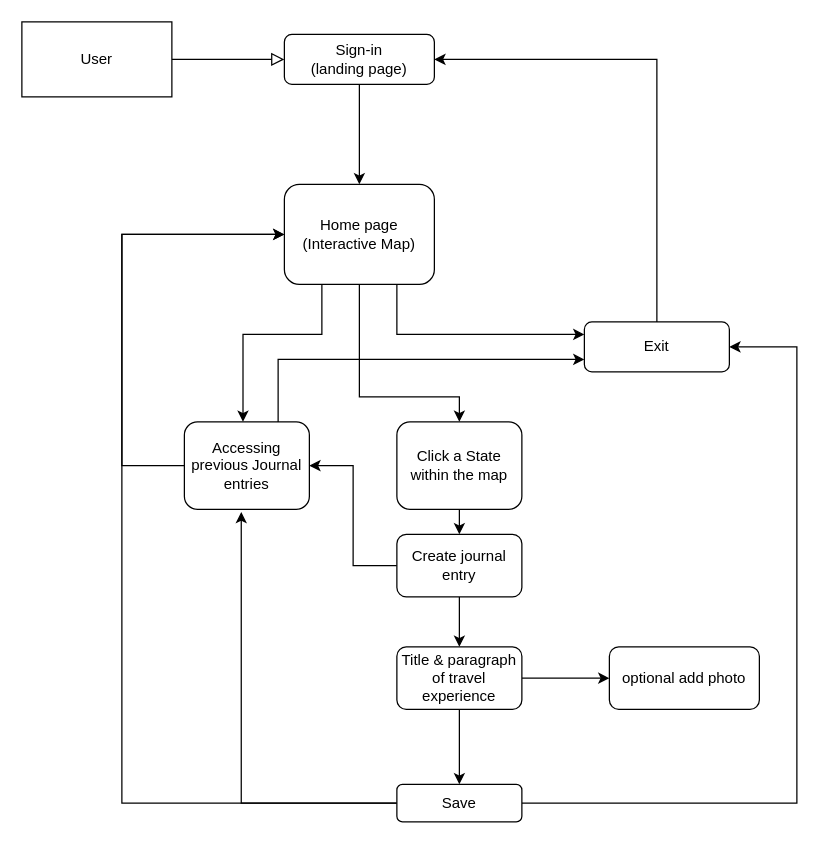
The draw.io diagram Milestone 1 Flowchart Diagram.drawio in amandaxay/Interactive_Map, before the edit. Source tidied: cells renumbered, new cells numbered last; positions are measured from the earlier drawing's top-left corner, leaving out a move shared by most shapes. Both pictures are drawn from the tidied source at 125%, with x=0, y=0 at pixel (21, 21).
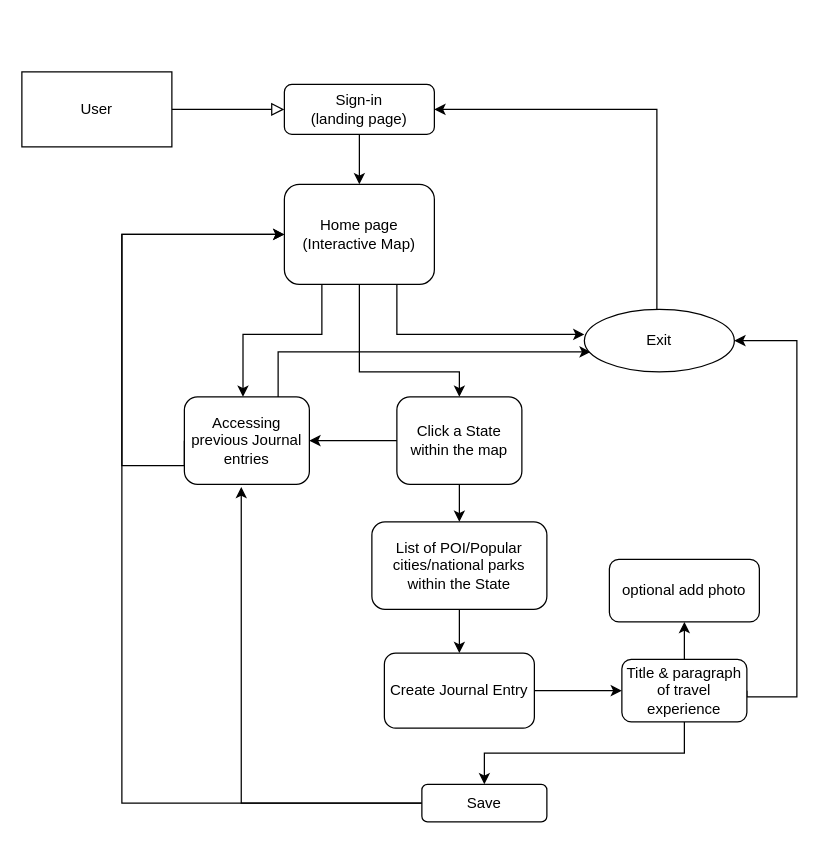
Above is the later version.

Unchanged cells that the change refers to:
```xml
<mxCell id="9" value="Home page&lt;br&gt;(Interactive Map)" style="rounded=1;whiteSpace=wrap;html=1;" parent="1" vertex="1">
  <mxGeometry x="210" y="130" width="120" height="80" as="geometry" />
</mxCell>
```

The edit, as a diff of the source:
```diff
@@
     <mxCell id="4" value="Sign-in &lt;br&gt;(landing page)" style="rounded=1;whiteSpace=wrap;html=1;fontSize=12;glass=0;strokeWidth=1;shadow=0;" parent="1" vertex="1">
-      <mxGeometry x="210" y="10" width="120" height="40" as="geometry" />
+      <mxGeometry x="210" y="50" width="120" height="40" as="geometry" />
     </mxCell>
     <mxCell id="5" value="User" style="rounded=0;whiteSpace=wrap;html=1;" parent="1" vertex="1">
-      <mxGeometry width="120" height="60" as="geometry" />
+      <mxGeometry y="40" width="120" height="60" as="geometry" />
     </mxCell>
     <mxCell id="6" style="edgeStyle=orthogonalEdgeStyle;rounded=0;jettySize=auto;html=1;exitX=0.5;exitY=1;exitDx=0;exitDy=0;entryX=0.5;entryY=0;entryDx=0;entryDy=0;" parent="1" edge="1" source="9" target="16">
       <mxGeometry relative="1" as="geometry">
         <Array as="points">
-          <mxPoint x="270" y="300" />
-          <mxPoint x="350" y="300" />
+          <mxPoint x="270" y="280" />
+          <mxPoint x="350" y="280" />
         </Array>
       </mxGeometry>
     </mxCell>
@@
-    <mxCell id="8" style="edgeStyle=orthogonalEdgeStyle;rounded=0;jettySize=auto;html=1;exitX=0.75;exitY=1;exitDx=0;exitDy=0;entryX=0;entryY=0.25;entryDx=0;entryDy=0;" parent="1" edge="1" source="9" target="14">
+    <mxCell id="8" style="edgeStyle=orthogonalEdgeStyle;rounded=0;jettySize=auto;html=1;exitX=0.75;exitY=1;exitDx=0;exitDy=0;entryX=0;entryY=0.25;entryDx=0;entryDy=0;" parent="1" edge="1" source="9">
       <mxGeometry relative="1" as="geometry">
+        <mxPoint x="450" y="250" as="targetPoint" />
         <Array as="points">
           <mxPoint x="300" y="250" />
         </Array>
       </mxGeometry>
     </mxCell>
@@
-    <mxCell id="11" style="edgeStyle=orthogonalEdgeStyle;rounded=0;jettySize=auto;html=1;exitX=0.75;exitY=0;exitDx=0;exitDy=0;entryX=0;entryY=0.75;entryDx=0;entryDy=0;" parent="1" edge="1" source="12" target="14">
-      <mxGeometry relative="1" as="geometry" />
+    <mxCell id="11" style="edgeStyle=orthogonalEdgeStyle;rounded=0;jettySize=auto;html=1;exitX=0.75;exitY=0;exitDx=0;exitDy=0;entryX=0.042;entryY=0.68;entryDx=0;entryDy=0;entryPerimeter=0;" parent="1" edge="1" source="12" target="14">
+      <mxGeometry relative="1" as="geometry">
+        <Array as="points">
+          <mxPoint x="205" y="264" />
+        </Array>
+      </mxGeometry>
     </mxCell>
     <mxCell id="12" value="Accessing previous Journal entries" style="rounded=1;whiteSpace=wrap;html=1;" parent="1" vertex="1">
-      <mxGeometry x="130" y="320" width="100" height="70" as="geometry" />
+      <mxGeometry x="130" y="300" width="100" height="70" as="geometry" />
     </mxCell>
-    <mxCell id="13" style="edgeStyle=orthogonalEdgeStyle;rounded=0;jettySize=auto;html=1;exitX=0.5;exitY=0;exitDx=0;exitDy=0;entryX=1;entryY=0.5;entryDx=0;entryDy=0;" parent="1" edge="1" source="14" target="4">
-      <mxGeometry relative="1" as="geometry" />
+    <mxCell id="13" style="edgeStyle=orthogonalEdgeStyle;rounded=0;jettySize=auto;html=1;exitX=0.5;exitY=0;exitDx=0;exitDy=0;entryX=1;entryY=0.5;entryDx=0;entryDy=0;" parent="1" edge="1" target="4">
+      <mxGeometry relative="1" as="geometry">
+        <mxPoint x="508" y="240" as="sourcePoint" />
+        <Array as="points">
+          <mxPoint x="508" y="70" />
+        </Array>
+      </mxGeometry>
     </mxCell>
-    <mxCell id="14" value="Exit" style="rounded=1;whiteSpace=wrap;html=1;" parent="1" vertex="1">
-      <mxGeometry x="450" y="240" width="116" height="40" as="geometry" />
-    </mxCell>
@@
     <mxCell id="16" value="Click a State within the map" style="rounded=1;whiteSpace=wrap;html=1;" parent="1" vertex="1">
-      <mxGeometry x="300" y="320" width="100" height="70" as="geometry" />
+      <mxGeometry x="300" y="300" width="100" height="70" as="geometry" />
     </mxCell>
-    <mxCell id="17" style="edgeStyle=orthogonalEdgeStyle;rounded=0;jettySize=auto;html=1;exitX=0.5;exitY=1;exitDx=0;exitDy=0;entryX=0.5;entryY=0;entryDx=0;entryDy=0;" parent="1" edge="1" source="19" target="27">
+    <mxCell id="17" style="edgeStyle=orthogonalEdgeStyle;rounded=0;jettySize=auto;html=1;exitX=0.5;exitY=1;exitDx=0;exitDy=0;entryX=0.5;entryY=0;entryDx=0;entryDy=0;" parent="1" edge="1" source="19" target="29">
       <mxGeometry relative="1" as="geometry" />
     </mxCell>
-    <mxCell id="18" style="edgeStyle=orthogonalEdgeStyle;rounded=0;jettySize=auto;html=1;exitX=0;exitY=0.5;exitDx=0;exitDy=0;entryX=1;entryY=0.5;entryDx=0;entryDy=0;" parent="1" edge="1" source="19" target="12">
+    <mxCell id="18" style="edgeStyle=orthogonalEdgeStyle;rounded=0;jettySize=auto;html=1;exitX=0;exitY=0.5;exitDx=0;exitDy=0;entryX=1;entryY=0.5;entryDx=0;entryDy=0;" parent="1" edge="1" source="16" target="12">
       <mxGeometry relative="1" as="geometry" />
     </mxCell>
-    <mxCell id="19" value="Create journal entry" style="rounded=1;whiteSpace=wrap;html=1;" parent="1" vertex="1">
-      <mxGeometry x="300" y="410" width="100" height="50" as="geometry" />
+    <mxCell id="19" value="List of POI/Popular cities/national parks within the State" style="rounded=1;whiteSpace=wrap;html=1;" parent="1" vertex="1">
+      <mxGeometry x="280" y="400" width="140" height="70" as="geometry" />
     </mxCell>
     <mxCell id="20" value="optional add photo" style="whiteSpace=wrap;html=1;rounded=1;" parent="1" vertex="1">
-      <mxGeometry x="470" y="500" width="120" height="50" as="geometry" />
+      <mxGeometry x="470" y="430" width="120" height="50" as="geometry" />
     </mxCell>
@@
-    <mxCell id="23" style="edgeStyle=orthogonalEdgeStyle;rounded=0;jettySize=auto;html=1;exitX=1;exitY=0.5;exitDx=0;exitDy=0;entryX=1;entryY=0.5;entryDx=0;entryDy=0;" parent="1" edge="1" source="24" target="14">
+    <mxCell id="23" style="edgeStyle=orthogonalEdgeStyle;rounded=0;jettySize=auto;html=1;exitX=1;exitY=0.5;exitDx=0;exitDy=0;entryX=1;entryY=0.5;entryDx=0;entryDy=0;" parent="1" edge="1" source="27" target="14">
       <mxGeometry relative="1" as="geometry">
         <Array as="points">
-          <mxPoint x="620" y="625" />
-          <mxPoint x="620" y="260" />
+          <mxPoint x="580" y="540" />
+          <mxPoint x="620" y="540" />
+          <mxPoint x="620" y="255" />
         </Array>
       </mxGeometry>
     </mxCell>
     <mxCell id="24" value="Save" style="rounded=1;whiteSpace=wrap;html=1;" parent="1" vertex="1">
-      <mxGeometry x="300" y="610" width="100" height="30" as="geometry" />
+      <mxGeometry x="320" y="610" width="100" height="30" as="geometry" />
     </mxCell>
@@
-    <mxCell id="26" style="edgeStyle=orthogonalEdgeStyle;rounded=0;jettySize=auto;html=1;exitX=1;exitY=0.5;exitDx=0;exitDy=0;entryX=0;entryY=0.5;entryDx=0;entryDy=0;" parent="1" edge="1" source="27" target="20">
-      <mxGeometry relative="1" as="geometry" />
+    <mxCell id="26" style="edgeStyle=orthogonalEdgeStyle;rounded=0;jettySize=auto;html=1;exitX=1;exitY=0.5;exitDx=0;exitDy=0;entryX=0.5;entryY=1;entryDx=0;entryDy=0;" parent="1" edge="1" source="27" target="20">
+      <mxGeometry relative="1" as="geometry">
+        <Array as="points">
+          <mxPoint x="530" y="535" />
+        </Array>
+      </mxGeometry>
     </mxCell>
     <mxCell id="27" value="Title &amp;amp; paragraph of travel experience" style="rounded=1;whiteSpace=wrap;html=1;" parent="1" vertex="1">
-      <mxGeometry x="300" y="500" width="100" height="50" as="geometry" />
+      <mxGeometry x="480" y="510" width="100" height="50" as="geometry" />
     </mxCell>
+    <mxCell id="28" style="edgeStyle=orthogonalEdgeStyle;rounded=0;jettySize=auto;html=1;exitX=1;exitY=0.5;exitDx=0;exitDy=0;" parent="1" edge="1" source="29" target="27">
+      <mxGeometry relative="1" as="geometry" />
+    </mxCell>
+    <mxCell id="29" value="Create Journal Entry" style="rounded=1;whiteSpace=wrap;html=1;" parent="1" vertex="1">
+      <mxGeometry x="290" y="505" width="120" height="60" as="geometry" />
+    </mxCell>
+    <mxCell id="14" value="Exit" style="ellipse;whiteSpace=wrap;html=1;" parent="1" vertex="1">
+      <mxGeometry x="450" y="230" width="120" height="50" as="geometry" />
+    </mxCell>
```
